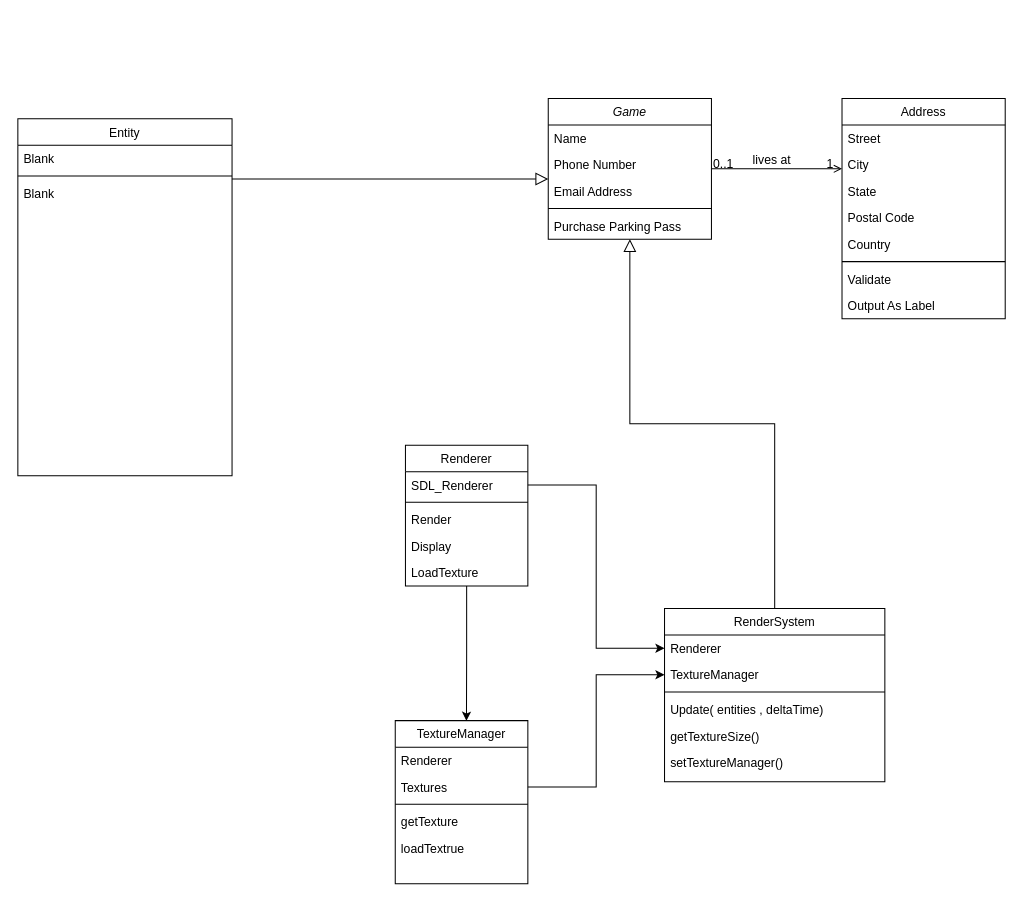
KingGaemi/SDL2 keeps this draw.io diagram as Untitled Diagram.drawio. Above is the earlier version. Source tidied: cells renumbered, new cells numbered last; positions are measured from the earlier drawing's top-left corner, leaving out a move shared by most shapes. Both pictures are drawn from the tidied source at 102%, with x=0, y=0 at pixel (17, 98).
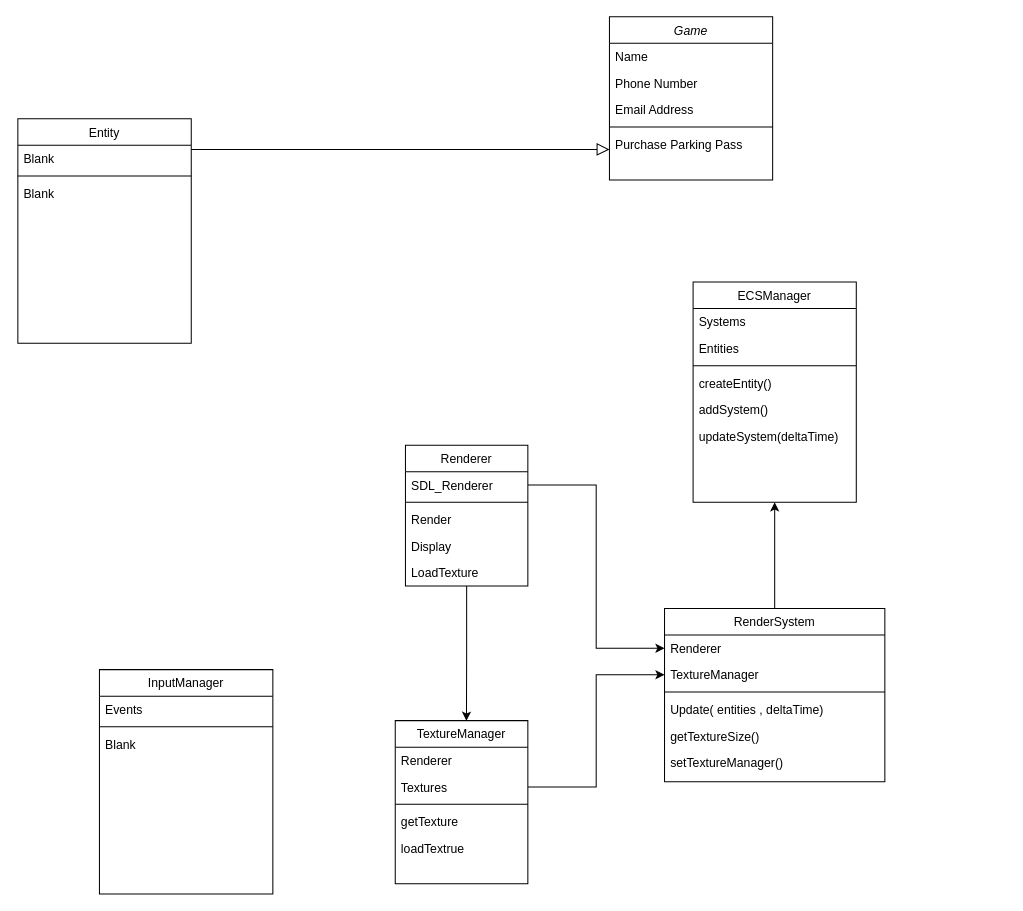
The same page after the edit.

Unchanged cells that the change refers to:
```xml
<mxCell id="13" value="RenderSystem&#10;" style="swimlane;fontStyle=0;align=center;verticalAlign=top;horizontal=1;startSize=26;rounded=0;shadow=0;strokeWidth=1;" parent="1" vertex="1">
  <mxGeometry x="634" y="500" width="216" height="170" as="geometry" />
</mxCell>
```

Diff of the diagram source:
```diff
@@
     <mxCell id="2" value="Game" style="swimlane;fontStyle=2;align=center;verticalAlign=top;horizontal=1;startSize=26;rounded=0;shadow=0;strokeWidth=1;" parent="1" vertex="1">
-      <mxGeometry x="520" width="160" height="138" as="geometry" />
+      <mxGeometry x="580" y="-80" width="160" height="160" as="geometry" />
     </mxCell>
@@
     <mxCell id="7" value="Purchase Parking Pass" style="text;align=left;verticalAlign=top;spacingLeft=4;spacingRight=4;overflow=hidden;" parent="2" vertex="1">
-      <mxGeometry y="112" width="160" height="26" as="geometry" />
+      <mxGeometry y="112" width="160" height="48" as="geometry" />
     </mxCell>
     <mxCell id="8" value="Entity" style="swimlane;fontStyle=0;align=center;verticalAlign=top;horizontal=1;startSize=26;rounded=0;shadow=0;strokeWidth=1;" parent="1" vertex="1">
-      <mxGeometry y="20" width="210" height="350" as="geometry" />
+      <mxGeometry y="20" width="170" height="220" as="geometry" />
     </mxCell>
     <mxCell id="9" value="Blank" style="text;align=left;verticalAlign=top;spacingLeft=4;spacingRight=4;overflow=hidden;" parent="8" vertex="1">
-      <mxGeometry y="26" width="210" height="26" as="geometry" />
+      <mxGeometry y="26" width="170" height="26" as="geometry" />
     </mxCell>
     <mxCell id="10" style="line;html=1;strokeWidth=1;align=left;verticalAlign=middle;spacingTop=-1;spacingLeft=3;spacingRight=3;labelPosition=right;" parent="8" vertex="1">
-      <mxGeometry y="52" width="210" height="8" as="geometry" />
+      <mxGeometry y="52" width="170" height="8" as="geometry" />
     </mxCell>
     <mxCell id="11" value="Blank" style="text;align=left;verticalAlign=top;spacingLeft=4;spacingRight=4;overflow=hidden;" parent="8" vertex="1">
-      <mxGeometry y="60" width="210" height="26" as="geometry" />
+      <mxGeometry y="60" width="170" height="26" as="geometry" />
     </mxCell>
@@
+    <mxCell id="49" style="edgeStyle=orthogonalEdgeStyle;rounded=0;jettySize=auto;html=1;exitX=0.5;exitY=0;exitDx=0;exitDy=0;entryX=0.5;entryY=1;entryDx=0;entryDy=0;" parent="1" edge="1" source="13" target="21">
+      <mxGeometry relative="1" as="geometry" />
+    </mxCell>
@@
-    <mxCell id="20" style="endArrow=block;endSize=10;endFill=0;shadow=0;strokeWidth=1;rounded=0;curved=0;edgeStyle=elbowEdgeStyle;elbow=vertical;" parent="1" edge="1" source="13" target="2">
-      <mxGeometry relative="1" as="geometry" />
-    </mxCell>
-    <mxCell id="21" value="Address" style="swimlane;fontStyle=0;align=center;verticalAlign=top;horizontal=1;startSize=26;rounded=0;shadow=0;strokeWidth=1;" parent="1" vertex="1">
-      <mxGeometry x="808" width="160" height="216" as="geometry" />
+    <mxCell id="21" value="ECSManager" style="swimlane;fontStyle=0;align=center;verticalAlign=top;horizontal=1;startSize=26;rounded=0;shadow=0;strokeWidth=1;" parent="1" vertex="1">
+      <mxGeometry x="662" y="180" width="160" height="216" as="geometry" />
     </mxCell>
-    <mxCell id="22" value="Street" style="text;align=left;verticalAlign=top;spacingLeft=4;spacingRight=4;overflow=hidden;" parent="21" vertex="1">
+    <mxCell id="22" value="Systems" style="text;align=left;verticalAlign=top;spacingLeft=4;spacingRight=4;overflow=hidden;" parent="21" vertex="1">
       <mxGeometry y="26" width="160" height="26" as="geometry" />
     </mxCell>
-    <mxCell id="23" value="City" style="text;align=left;verticalAlign=top;spacingLeft=4;spacingRight=4;overflow=hidden;rounded=0;shadow=0;html=0;" parent="21" vertex="1">
+    <mxCell id="23" value="Entities" style="text;align=left;verticalAlign=top;spacingLeft=4;spacingRight=4;overflow=hidden;rounded=0;shadow=0;html=0;" parent="21" vertex="1">
       <mxGeometry y="52" width="160" height="26" as="geometry" />
     </mxCell>
-    <mxCell id="24" value="State" style="text;align=left;verticalAlign=top;spacingLeft=4;spacingRight=4;overflow=hidden;rounded=0;shadow=0;html=0;" parent="21" vertex="1">
-      <mxGeometry y="78" width="160" height="26" as="geometry" />
-    </mxCell>
-    <mxCell id="25" value="Postal Code" style="text;align=left;verticalAlign=top;spacingLeft=4;spacingRight=4;overflow=hidden;rounded=0;shadow=0;html=0;" parent="21" vertex="1">
-      <mxGeometry y="104" width="160" height="26" as="geometry" />
-    </mxCell>
-    <mxCell id="26" value="Country" style="text;align=left;verticalAlign=top;spacingLeft=4;spacingRight=4;overflow=hidden;rounded=0;shadow=0;html=0;" parent="21" vertex="1">
-      <mxGeometry y="130" width="160" height="26" as="geometry" />
-    </mxCell>
     <mxCell id="27" style="line;html=1;strokeWidth=1;align=left;verticalAlign=middle;spacingTop=-1;spacingLeft=3;spacingRight=3;labelPosition=right;" parent="21" vertex="1">
-      <mxGeometry y="156" width="160" height="8" as="geometry" />
+      <mxGeometry y="78" width="160" height="8" as="geometry" />
     </mxCell>
-    <mxCell id="28" value="Validate" style="text;align=left;verticalAlign=top;spacingLeft=4;spacingRight=4;overflow=hidden;" parent="21" vertex="1">
-      <mxGeometry y="164" width="160" height="26" as="geometry" />
+    <mxCell id="28" value="createEntity()" style="text;align=left;verticalAlign=top;spacingLeft=4;spacingRight=4;overflow=hidden;" parent="21" vertex="1">
+      <mxGeometry y="86" width="160" height="26" as="geometry" />
     </mxCell>
-    <mxCell id="29" value="Output As Label" style="text;align=left;verticalAlign=top;spacingLeft=4;spacingRight=4;overflow=hidden;" parent="21" vertex="1">
-      <mxGeometry y="190" width="160" height="26" as="geometry" />
+    <mxCell id="29" value="addSystem()&#10;" style="text;align=left;verticalAlign=top;spacingLeft=4;spacingRight=4;overflow=hidden;" parent="21" vertex="1">
+      <mxGeometry y="112" width="160" height="26" as="geometry" />
     </mxCell>
-    <mxCell id="30" style="endArrow=open;shadow=0;strokeWidth=1;rounded=0;curved=0;endFill=1;edgeStyle=elbowEdgeStyle;elbow=vertical;" parent="1" edge="1" source="2" target="21">
-      <mxGeometry x="0.5" y="41" relative="1" as="geometry">
-        <mxPoint x="-40" y="32" as="offset" />
-      </mxGeometry>
-    </mxCell>
-    <mxCell id="31" value="0..1" style="align=left;verticalAlign=bottom;labelBackgroundColor=none;fontSize=12;" parent="30" vertex="1">
-      <mxGeometry x="-1" relative="1" as="geometry">
-        <mxPoint y="4" as="offset" />
-      </mxGeometry>
-    </mxCell>
-    <mxCell id="32" value="1" style="align=right;verticalAlign=bottom;labelBackgroundColor=none;fontSize=12;" parent="30" vertex="1">
-      <mxGeometry x="1" relative="1" as="geometry">
-        <mxPoint x="-7" y="4" as="offset" />
-      </mxGeometry>
-    </mxCell>
-    <mxCell id="33" value="lives at" style="text;html=1;align=center;verticalAlign=middle;labelBackgroundColor=none;rounded=0;shadow=0;strokeWidth=1;fontSize=12;" parent="30" vertex="1">
-      <mxGeometry x="0.5" y="49" relative="1" as="geometry">
-        <mxPoint x="-38" y="40" as="offset" />
-      </mxGeometry>
-    </mxCell>
+    <mxCell id="50" value="updateSystem(deltaTime)&#10;" style="text;align=left;verticalAlign=top;spacingLeft=4;spacingRight=4;overflow=hidden;" parent="21" vertex="1">
+      <mxGeometry y="138" width="160" height="26" as="geometry" />
+    </mxCell>
@@
+    <mxCell id="51" value="InputManager" style="swimlane;fontStyle=0;align=center;verticalAlign=top;horizontal=1;startSize=26;rounded=0;shadow=0;strokeWidth=1;" parent="1" vertex="1">
+      <mxGeometry x="80" y="560" width="170" height="220" as="geometry" />
+    </mxCell>
+    <mxCell id="52" value="Events" style="text;align=left;verticalAlign=top;spacingLeft=4;spacingRight=4;overflow=hidden;" parent="51" vertex="1">
+      <mxGeometry y="26" width="170" height="26" as="geometry" />
+    </mxCell>
+    <mxCell id="53" style="line;html=1;strokeWidth=1;align=left;verticalAlign=middle;spacingTop=-1;spacingLeft=3;spacingRight=3;labelPosition=right;" parent="51" vertex="1">
+      <mxGeometry y="52" width="170" height="8" as="geometry" />
+    </mxCell>
+    <mxCell id="54" value="Blank" style="text;align=left;verticalAlign=top;spacingLeft=4;spacingRight=4;overflow=hidden;" parent="51" vertex="1">
+      <mxGeometry y="60" width="170" height="26" as="geometry" />
+    </mxCell>
```
